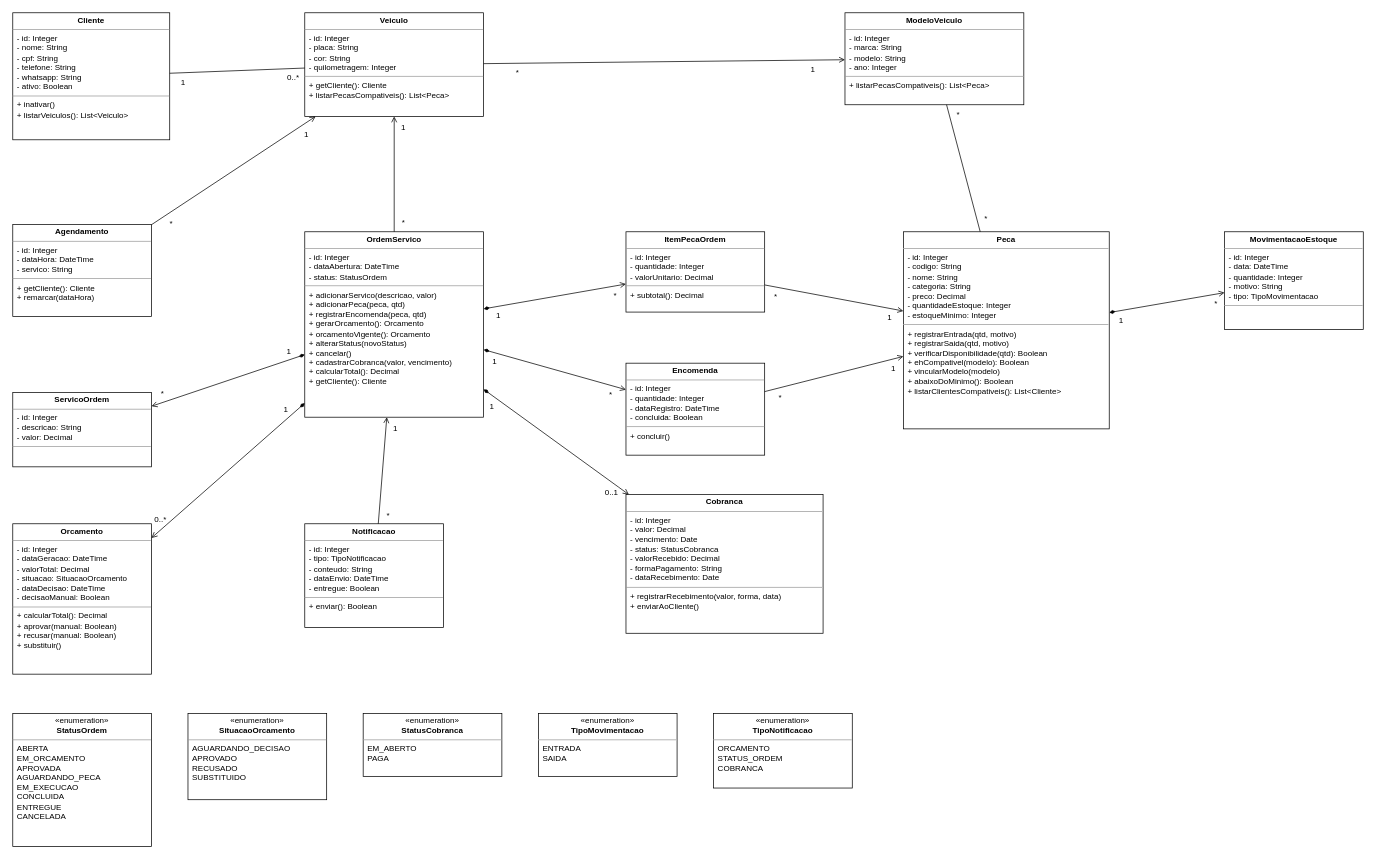
Earlier version of the draw.io diagram documentation/diagrams/diagrama_classes_dominio.drawio (VictorAGalvan/Gerenciador-de-oficina-mecanica). Source tidied: cells renumbered, new cells numbered last; positions are measured from the earlier drawing's top-left corner, leaving out a move shared by most shapes. Both pictures are drawn from the tidied source at 73%, with x=0, y=0 at pixel (12, 12).
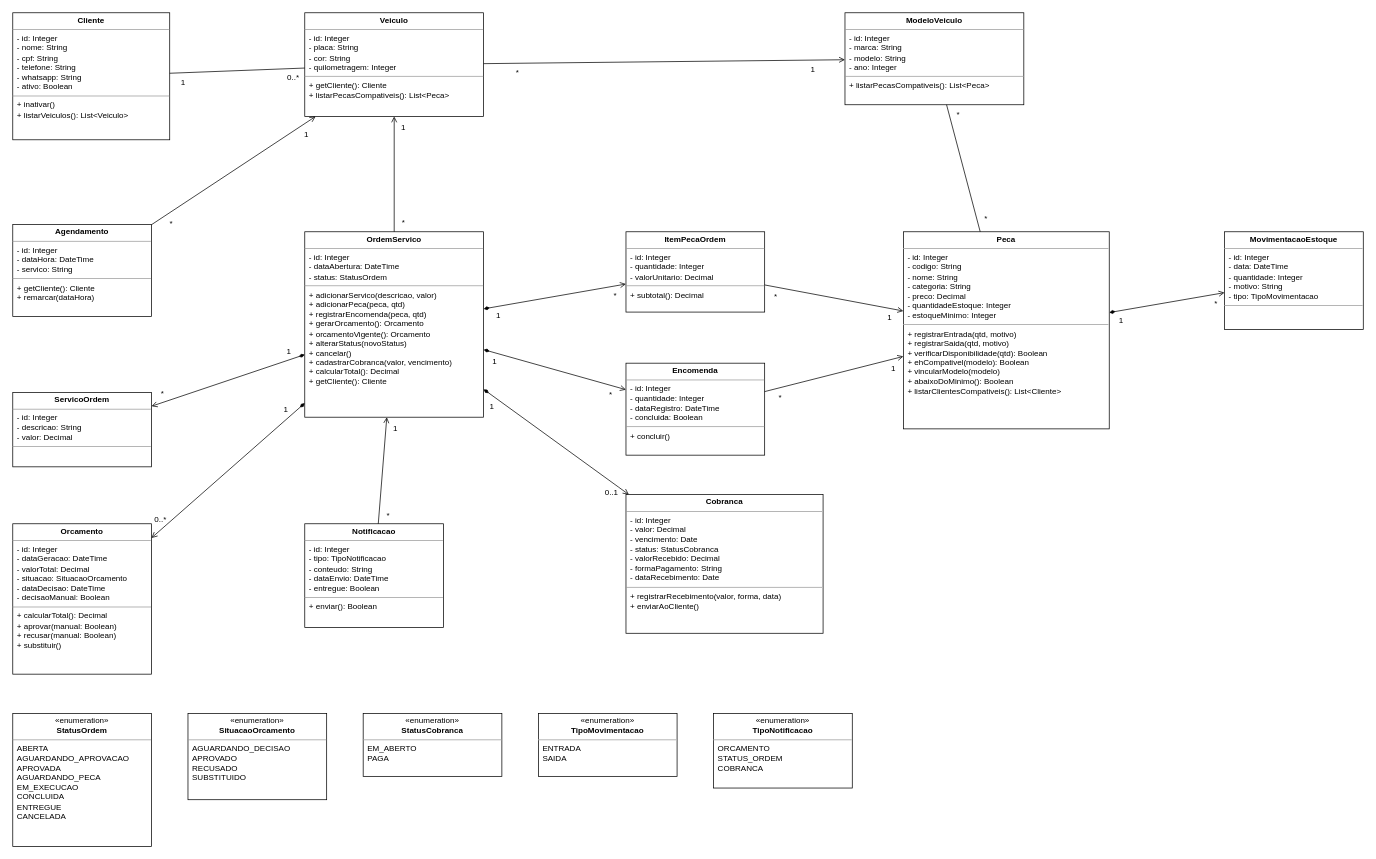
After the change.

What changed in the source:
```diff
@@
-    <mxCell id="15" value="&lt;p style=&quot;margin:0px;margin-top:4px;text-align:center;&quot;&gt;«enumeration»&lt;br/&gt;&lt;b&gt;StatusOrdem&lt;/b&gt;&lt;/p&gt;&lt;hr size=&quot;1&quot;/&gt;&lt;p style=&quot;margin:0px;margin-left:6px;&quot;&gt;ABERTA&lt;br/&gt;EM_ORCAMENTO&lt;br/&gt;APROVADA&lt;br/&gt;AGUARDANDO_PECA&lt;br/&gt;EM_EXECUCAO&lt;br/&gt;CONCLUIDA&lt;br/&gt;ENTREGUE&lt;br/&gt;CANCELADA&lt;/p&gt;" style="verticalAlign=top;align=left;overflow=fill;fontSize=11;fontFamily=Helvetica;html=1;whiteSpace=wrap;" parent="1" vertex="1">
+    <mxCell id="15" value="&lt;p style=&quot;margin:0px;margin-top:4px;text-align:center;&quot;&gt;«enumeration»&lt;br/&gt;&lt;b&gt;StatusOrdem&lt;/b&gt;&lt;/p&gt;&lt;hr size=&quot;1&quot;/&gt;&lt;p style=&quot;margin:0px;margin-left:6px;&quot;&gt;ABERTA&lt;br/&gt;AGUARDANDO_APROVACAO&lt;br/&gt;APROVADA&lt;br/&gt;AGUARDANDO_PECA&lt;br/&gt;EM_EXECUCAO&lt;br/&gt;CONCLUIDA&lt;br/&gt;ENTREGUE&lt;br/&gt;CANCELADA&lt;/p&gt;" style="verticalAlign=top;align=left;overflow=fill;fontSize=11;fontFamily=Helvetica;html=1;whiteSpace=wrap;" parent="1" vertex="1">
       <mxGeometry y="960" width="190" height="182" as="geometry" />
     </mxCell>
```
